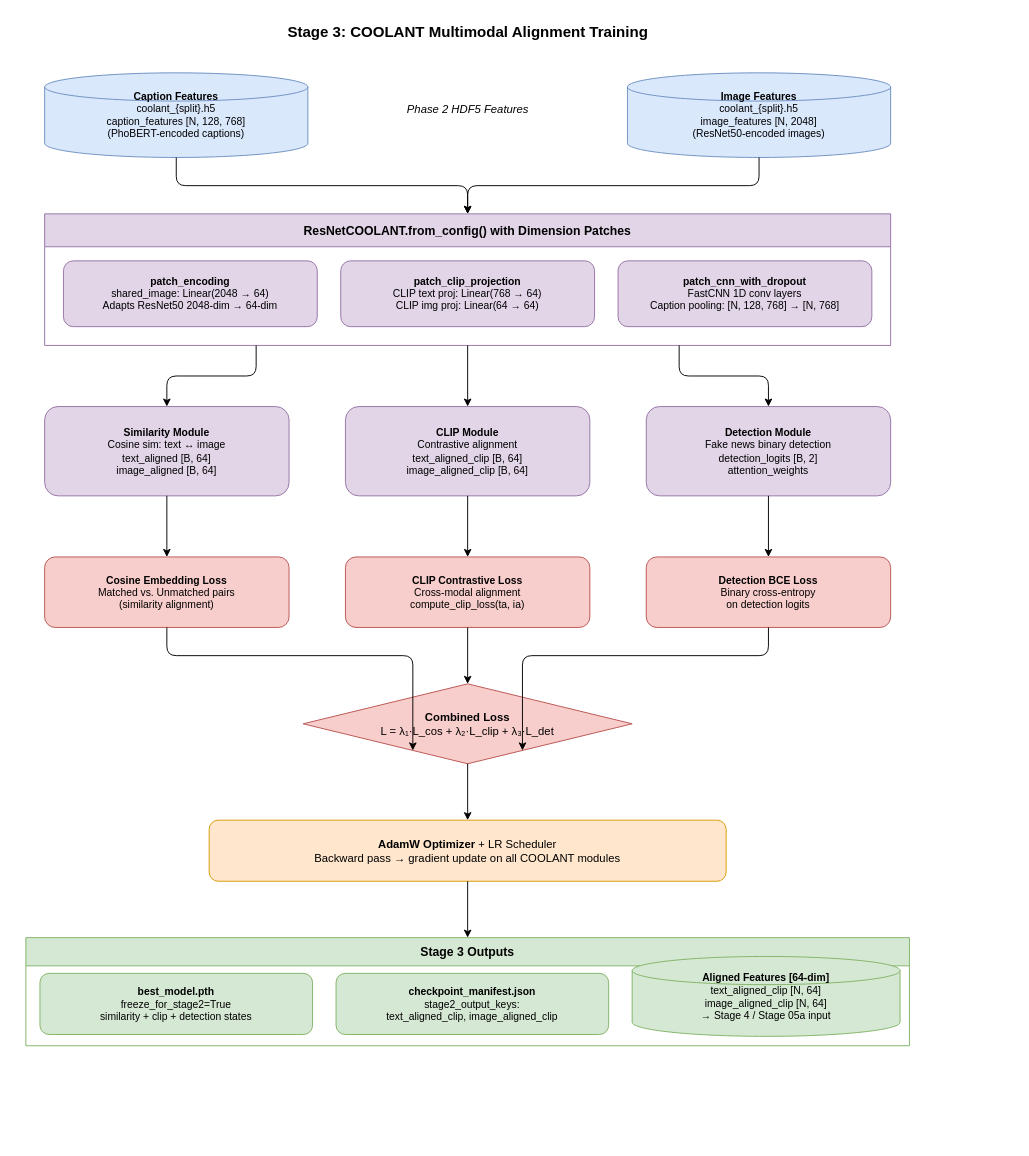
Before: diagrams/stage3_coolant_training.drawio in ltruonghai257/fake-new-detection, a draw.io diagram. Source tidied: cells renumbered, new cells numbered last; positions are measured from the earlier drawing's top-left corner, leaving out a move shared by most shapes. Both pictures are drawn from the tidied source at 94%, with x=0, y=0 at pixel (16, 16).
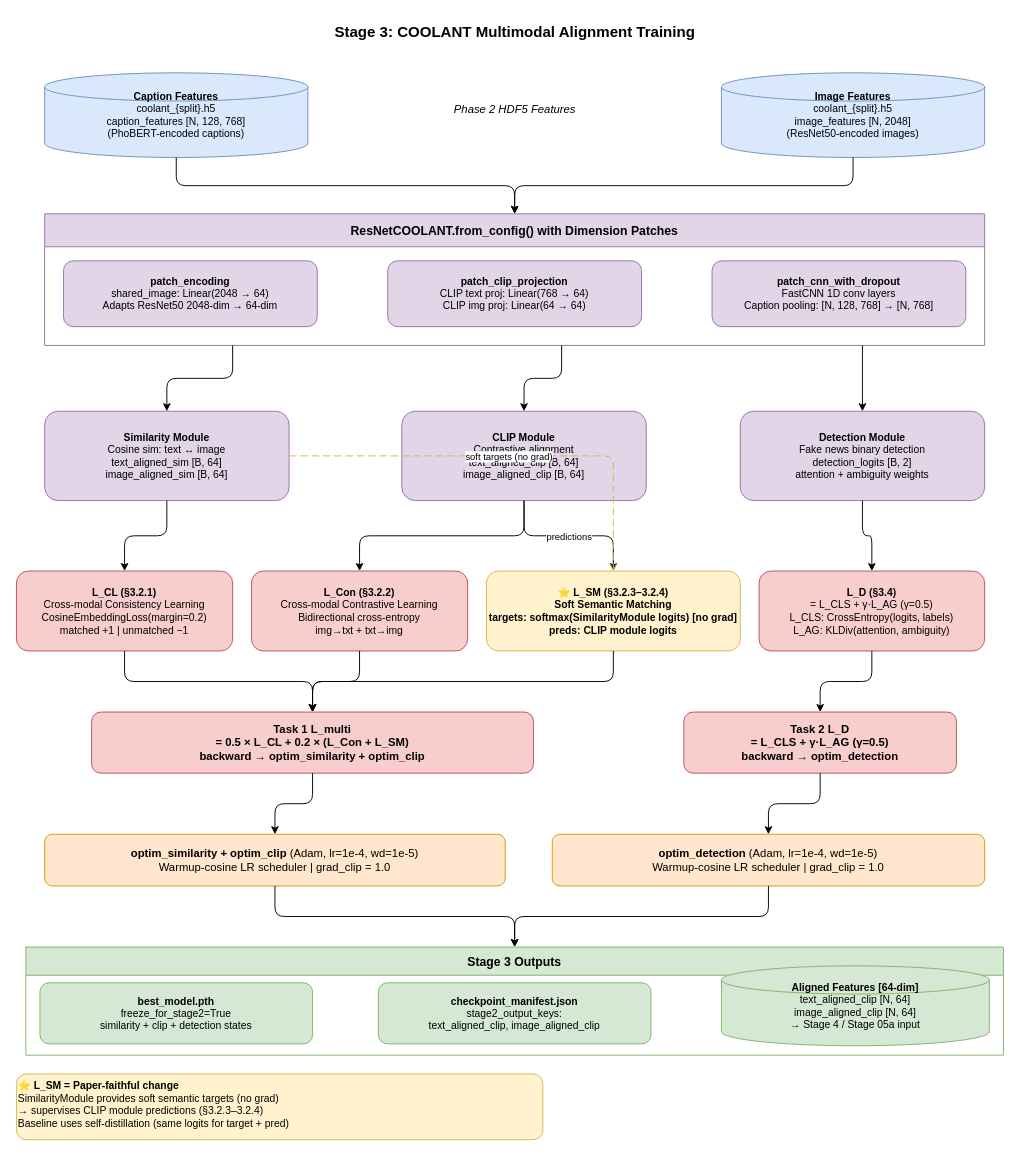
After the change.

Commit message (it also covers changes not shown here):
chore(diagrams): add stage3_coolant_training_paper_faithful.drawio — cross-module soft target supervision

New diagram for paper-faithful COOLANT Stage 1 training (§3.2.3–3.2.4 MM '23):
SimilarityModule provides soft semantic targets (detached) → supervises CLIP module predictions.
Differs from baseline (stage3_coolant_training.drawio) which uses self-distillation (same logits for target + pred).

Updated baseline diagram:
- Widened canvas (960→1060px) to accommodate new L_SM loss box
- Added L_SM (§3.2.3–3.2.4) with

Diff of the diagram source:
```diff
@@
     <mxCell id="2" value="Stage 3: COOLANT Multimodal Alignment Training" style="text;html=1;align=center;fontStyle=1;fontSize=16;fillColor=none;strokeColor=none;" parent="1" vertex="1">
-      <mxGeometry width="960" height="40" as="geometry" />
+      <mxGeometry width="1060" height="40" as="geometry" />
     </mxCell>
@@
     <mxCell id="4" value="&lt;b&gt;Image Features&lt;/b&gt;&#10;coolant_{split}.h5&#10;image_features [N, 2048]&#10;(ResNet50-encoded images)" style="shape=cylinder3;whiteSpace=wrap;html=1;fillColor=#dae8fc;strokeColor=#6c8ebf;fontSize=11;" parent="1" vertex="1">
-      <mxGeometry x="650" y="60" width="280" height="90" as="geometry" />
+      <mxGeometry x="750" y="60" width="280" height="90" as="geometry" />
     </mxCell>
     <mxCell id="5" value="Phase 2 HDF5 Features" style="text;html=1;align=center;fontStyle=2;fontSize=12;fillColor=none;strokeColor=none;" parent="1" vertex="1">
-      <mxGeometry x="340" y="85" width="280" height="30" as="geometry" />
+      <mxGeometry x="340" y="85" width="380" height="30" as="geometry" />
     </mxCell>
     <mxCell id="6" value="ResNetCOOLANT.from_config()  with Dimension Patches" style="swimlane;startSize=35;fillColor=#e1d5e7;strokeColor=#9673a6;fontSize=13;fontStyle=1;" parent="1" vertex="1">
-      <mxGeometry x="30" y="210" width="900" height="140" as="geometry" />
+      <mxGeometry x="30" y="210" width="1000" height="140" as="geometry" />
     </mxCell>
@@
     <mxCell id="8" value="&lt;b&gt;patch_clip_projection&lt;/b&gt;&#10;CLIP text proj: Linear(768 → 64)&#10;CLIP img proj: Linear(64 → 64)" style="rounded=1;whiteSpace=wrap;html=1;fillColor=#e1d5e7;strokeColor=#9673a6;fontSize=11;" parent="6" vertex="1">
-      <mxGeometry x="315" y="50" width="270" height="70" as="geometry" />
+      <mxGeometry x="365" y="50" width="270" height="70" as="geometry" />
     </mxCell>
     <mxCell id="9" value="&lt;b&gt;patch_cnn_with_dropout&lt;/b&gt;&#10;FastCNN 1D conv layers&#10;Caption pooling: [N, 128, 768] → [N, 768]" style="rounded=1;whiteSpace=wrap;html=1;fillColor=#e1d5e7;strokeColor=#9673a6;fontSize=11;" parent="6" vertex="1">
-      <mxGeometry x="610" y="50" width="270" height="70" as="geometry" />
+      <mxGeometry x="710" y="50" width="270" height="70" as="geometry" />
     </mxCell>
-    <mxCell id="10" value="&lt;b&gt;Similarity Module&lt;/b&gt;&#10;Cosine sim: text ↔ image&#10;text_aligned [B, 64]&#10;image_aligned [B, 64]" style="rounded=1;whiteSpace=wrap;html=1;fillColor=#e1d5e7;strokeColor=#9673a6;fontSize=11;" parent="1" vertex="1">
-      <mxGeometry x="30" y="415" width="260" height="95" as="geometry" />
+    <mxCell id="10" value="&lt;b&gt;Similarity Module&lt;/b&gt;&#10;Cosine sim: text ↔ image&#10;text_aligned_sim [B, 64]&#10;image_aligned_sim [B, 64]" style="rounded=1;whiteSpace=wrap;html=1;fillColor=#e1d5e7;strokeColor=#9673a6;fontSize=11;" parent="1" vertex="1">
+      <mxGeometry x="30" y="420" width="260" height="95" as="geometry" />
     </mxCell>
     <mxCell id="11" value="&lt;b&gt;CLIP Module&lt;/b&gt;&#10;Contrastive alignment&#10;text_aligned_clip [B, 64]&#10;image_aligned_clip [B, 64]" style="rounded=1;whiteSpace=wrap;html=1;fillColor=#e1d5e7;strokeColor=#9673a6;fontSize=11;" parent="1" vertex="1">
-      <mxGeometry x="350" y="415" width="260" height="95" as="geometry" />
+      <mxGeometry x="410" y="420" width="260" height="95" as="geometry" />
     </mxCell>
-    <mxCell id="12" value="&lt;b&gt;Detection Module&lt;/b&gt;&#10;Fake news binary detection&#10;detection_logits [B, 2]&#10;attention_weights" style="rounded=1;whiteSpace=wrap;html=1;fillColor=#e1d5e7;strokeColor=#9673a6;fontSize=11;" parent="1" vertex="1">
-      <mxGeometry x="670" y="415" width="260" height="95" as="geometry" />
+    <mxCell id="12" value="&lt;b&gt;Detection Module&lt;/b&gt;&#10;Fake news binary detection&#10;detection_logits [B, 2]&#10;attention + ambiguity weights" style="rounded=1;whiteSpace=wrap;html=1;fillColor=#e1d5e7;strokeColor=#9673a6;fontSize=11;" parent="1" vertex="1">
+      <mxGeometry x="770" y="420" width="260" height="95" as="geometry" />
     </mxCell>
-    <mxCell id="13" value="&lt;b&gt;Cosine Embedding Loss&lt;/b&gt;&#10;Matched vs. Unmatched pairs&#10;(similarity alignment)" style="rounded=1;whiteSpace=wrap;html=1;fillColor=#f8cecc;strokeColor=#b85450;fontSize=11;" parent="1" vertex="1">
-      <mxGeometry x="30" y="575" width="260" height="75" as="geometry" />
+    <mxCell id="13" value="&lt;b&gt;L_CL  (§3.2.1)&lt;/b&gt;&#10;Cross-modal Consistency Learning&#10;CosineEmbeddingLoss(margin=0.2)&#10;matched +1  |  unmatched −1" style="rounded=1;whiteSpace=wrap;html=1;fillColor=#f8cecc;strokeColor=#b85450;fontSize=11;" parent="1" vertex="1">
+      <mxGeometry y="590" width="230" height="85" as="geometry" />
     </mxCell>
-    <mxCell id="14" value="&lt;b&gt;CLIP Contrastive Loss&lt;/b&gt;&#10;Cross-modal alignment&#10;compute_clip_loss(ta, ia)" style="rounded=1;whiteSpace=wrap;html=1;fillColor=#f8cecc;strokeColor=#b85450;fontSize=11;" parent="1" vertex="1">
-      <mxGeometry x="350" y="575" width="260" height="75" as="geometry" />
+    <mxCell id="14" value="&lt;b&gt;L_Con  (§3.2.2)&lt;/b&gt;&#10;Cross-modal Contrastive Learning&#10;Bidirectional cross-entropy&#10;img→txt + txt→img" style="rounded=1;whiteSpace=wrap;html=1;fillColor=#f8cecc;strokeColor=#b85450;fontSize=11;" parent="1" vertex="1">
+      <mxGeometry x="250" y="590" width="230" height="85" as="geometry" />
     </mxCell>
+    <mxCell id="35" value="&lt;b&gt;⭐ L_SM  (§3.2.3–3.2.4)&lt;/b&gt;&#10;Soft Semantic Matching&#10;targets:  softmax(SimilarityModule logits) [no grad]&#10;preds:    CLIP module logits" style="rounded=1;whiteSpace=wrap;html=1;fillColor=#fff2cc;strokeColor=#d6b656;fontStyle=1;fontSize=11;" parent="1" vertex="1">
+      <mxGeometry x="500" y="590" width="270" height="85" as="geometry" />
+    </mxCell>
-    <mxCell id="15" value="&lt;b&gt;Detection BCE Loss&lt;/b&gt;&#10;Binary cross-entropy&#10;on detection logits" style="rounded=1;whiteSpace=wrap;html=1;fillColor=#f8cecc;strokeColor=#b85450;fontSize=11;" parent="1" vertex="1">
-      <mxGeometry x="670" y="575" width="260" height="75" as="geometry" />
+    <mxCell id="15" value="&lt;b&gt;L_D  (§3.4)&lt;/b&gt;&#10;= L_CLS + γ·L_AG  (γ=0.5)&#10;L_CLS: CrossEntropy(logits, labels)&#10;L_AG:  KLDiv(attention, ambiguity)" style="rounded=1;whiteSpace=wrap;html=1;fillColor=#f8cecc;strokeColor=#b85450;fontSize=11;" parent="1" vertex="1">
+      <mxGeometry x="790" y="590" width="240" height="85" as="geometry" />
     </mxCell>
-    <mxCell id="16" value="&lt;b&gt;Combined Loss&lt;/b&gt;&#10;L = λ₁·L_cos + λ₂·L_clip + λ₃·L_det" style="rhombus;whiteSpace=wrap;html=1;fillColor=#f8cecc;strokeColor=#b85450;fontSize=12;" parent="1" vertex="1">
-      <mxGeometry x="305" y="710" width="350" height="85" as="geometry" />
+    <mxCell id="16" value="&lt;b&gt;Task 1  L_multi&lt;/b&gt;&#10;= 0.5 × L_CL  +  0.2 × (L_Con + L_SM)&#10;backward → optim_similarity + optim_clip" style="rounded=1;whiteSpace=wrap;html=1;fillColor=#f8cecc;strokeColor=#b85450;fontSize=12;fontStyle=1;" parent="1" vertex="1">
+      <mxGeometry x="80" y="740" width="470" height="65" as="geometry" />
     </mxCell>
+    <mxCell id="36" value="&lt;b&gt;Task 2  L_D&lt;/b&gt;&#10;= L_CLS + γ·L_AG  (γ=0.5)&#10;backward → optim_detection" style="rounded=1;whiteSpace=wrap;html=1;fillColor=#f8cecc;strokeColor=#b85450;fontSize=12;fontStyle=1;" parent="1" vertex="1">
+      <mxGeometry x="710" y="740" width="290" height="65" as="geometry" />
+    </mxCell>
-    <mxCell id="17" value="&lt;b&gt;AdamW Optimizer&lt;/b&gt;  +  LR Scheduler&#10;Backward pass → gradient update on all COOLANT modules" style="rounded=1;whiteSpace=wrap;html=1;fillColor=#ffe6cc;strokeColor=#d79b00;fontSize=12;" parent="1" vertex="1">
-      <mxGeometry x="205" y="855" width="550" height="65" as="geometry" />
+    <mxCell id="17" value="&lt;b&gt;optim_similarity + optim_clip&lt;/b&gt;  (Adam, lr=1e-4, wd=1e-5)&#10;Warmup-cosine LR scheduler  |  grad_clip = 1.0" style="rounded=1;whiteSpace=wrap;html=1;fillColor=#ffe6cc;strokeColor=#d79b00;fontSize=12;" parent="1" vertex="1">
+      <mxGeometry x="30" y="870" width="490" height="55" as="geometry" />
     </mxCell>
+    <mxCell id="37" value="&lt;b&gt;optim_detection&lt;/b&gt;  (Adam, lr=1e-4, wd=1e-5)&#10;Warmup-cosine LR scheduler  |  grad_clip = 1.0" style="rounded=1;whiteSpace=wrap;html=1;fillColor=#ffe6cc;strokeColor=#d79b00;fontSize=12;" parent="1" vertex="1">
+      <mxGeometry x="570" y="870" width="460" height="55" as="geometry" />
+    </mxCell>
     <mxCell id="18" value="Stage 3 Outputs" style="swimlane;startSize=30;fillColor=#d5e8d4;strokeColor=#82b366;fontSize=13;fontStyle=1;" parent="1" vertex="1">
-      <mxGeometry x="10" y="980" width="940" height="115" as="geometry" />
+      <mxGeometry x="10" y="990" width="1040" height="115" as="geometry" />
     </mxCell>
@@
     <mxCell id="20" value="&lt;b&gt;checkpoint_manifest.json&lt;/b&gt;&#10;stage2_output_keys:&#10;text_aligned_clip, image_aligned_clip" style="rounded=1;whiteSpace=wrap;html=1;fillColor=#d5e8d4;strokeColor=#82b366;fontSize=11;" parent="18" vertex="1">
-      <mxGeometry x="330" y="38" width="290" height="65" as="geometry" />
+      <mxGeometry x="375" y="38" width="290" height="65" as="geometry" />
     </mxCell>
     <mxCell id="21" value="&lt;b&gt;Aligned Features [64-dim]&lt;/b&gt;&#10;text_aligned_clip [N, 64]&#10;image_aligned_clip [N, 64]&#10;→ Stage 4 / Stage 05a input" style="shape=cylinder3;whiteSpace=wrap;html=1;fillColor=#d5e8d4;strokeColor=#82b366;fontSize=11;" parent="18" vertex="1">
-      <mxGeometry x="645" y="20" width="285" height="85" as="geometry" />
+      <mxGeometry x="740" y="20" width="285" height="85" as="geometry" />
     </mxCell>
+    <mxCell id="38" value="&lt;b&gt;⭐ L_SM = Paper-faithful change&lt;/b&gt;&#10;SimilarityModule provides soft semantic targets (no grad)&#10;→ supervises CLIP module predictions  (§3.2.3–3.2.4)&#10;Baseline uses self-distillation (same logits for target + pred)" style="text;html=1;align=left;fontSize=11;fillColor=#fff2cc;strokeColor=#d6b656;rounded=1;" parent="1" vertex="1">
+      <mxGeometry y="1125" width="560" height="70" as="geometry" />
+    </mxCell>
@@
-    <mxCell id="24" style="edgeStyle=orthogonalEdgeStyle;rounded=1;jettySize=auto;html=1;exitX=0.25;exitY=1;exitDx=0;exitDy=0;" parent="1" edge="1" source="6" target="10">
+    <mxCell id="24" style="edgeStyle=orthogonalEdgeStyle;rounded=1;jettySize=auto;html=1;exitX=0.2;exitY=1;exitDx=0;exitDy=0;" parent="1" edge="1" source="6" target="10">
       <mxGeometry relative="1" as="geometry" />
     </mxCell>
-    <mxCell id="25" style="edgeStyle=orthogonalEdgeStyle;rounded=1;jettySize=auto;html=1;exitX=0.5;exitY=1;exitDx=0;exitDy=0;" parent="1" edge="1" source="6" target="11">
+    <mxCell id="25" style="edgeStyle=orthogonalEdgeStyle;rounded=1;jettySize=auto;html=1;exitX=0.55;exitY=1;exitDx=0;exitDy=0;" parent="1" edge="1" source="6" target="11">
       <mxGeometry relative="1" as="geometry" />
     </mxCell>
-    <mxCell id="26" style="edgeStyle=orthogonalEdgeStyle;rounded=1;jettySize=auto;html=1;exitX=0.75;exitY=1;exitDx=0;exitDy=0;" parent="1" edge="1" source="6" target="12">
+    <mxCell id="26" style="edgeStyle=orthogonalEdgeStyle;rounded=1;jettySize=auto;html=1;exitX=0.87;exitY=1;exitDx=0;exitDy=0;" parent="1" edge="1" source="6" target="12">
       <mxGeometry relative="1" as="geometry" />
     </mxCell>
@@
+    <mxCell id="39" value="predictions" style="edgeStyle=orthogonalEdgeStyle;rounded=1;jettySize=auto;html=1;fontSize=10;exitX=0.5;exitY=1;exitDx=0;exitDy=0;" parent="1" edge="1" source="11" target="35">
+      <mxGeometry relative="1" as="geometry" />
+    </mxCell>
+    <mxCell id="40" value="soft targets (no grad)" style="edgeStyle=orthogonalEdgeStyle;rounded=1;jettySize=auto;html=1;dashed=1;dashPattern=8 4;fontSize=10;endArrow=open;endFill=0;strokeColor=#d6b656;" parent="1" edge="1" source="10" target="35">
+      <mxGeometry relative="1" as="geometry" />
+    </mxCell>
@@
-    <mxCell id="30" style="edgeStyle=orthogonalEdgeStyle;rounded=1;jettySize=auto;html=1;exitX=0.5;exitY=1;exitDx=0;exitDy=0;entryX=0.25;entryY=1;entryDx=0;entryDy=0;" parent="1" edge="1" source="13" target="16">
+    <mxCell id="30" style="edgeStyle=orthogonalEdgeStyle;rounded=1;jettySize=auto;html=1;" parent="1" edge="1" source="13" target="16">
       <mxGeometry relative="1" as="geometry" />
     </mxCell>
@@
+    <mxCell id="41" style="edgeStyle=orthogonalEdgeStyle;rounded=1;jettySize=auto;html=1;" parent="1" edge="1" source="35" target="16">
+      <mxGeometry relative="1" as="geometry" />
+    </mxCell>
-    <mxCell id="32" style="edgeStyle=orthogonalEdgeStyle;rounded=1;jettySize=auto;html=1;exitX=0.5;exitY=1;exitDx=0;exitDy=0;entryX=0.75;entryY=1;entryDx=0;entryDy=0;" parent="1" edge="1" source="15" target="16">
+    <mxCell id="32" style="edgeStyle=orthogonalEdgeStyle;rounded=1;jettySize=auto;html=1;" parent="1" edge="1" source="15" target="36">
       <mxGeometry relative="1" as="geometry" />
     </mxCell>
@@
+    <mxCell id="42" style="edgeStyle=orthogonalEdgeStyle;rounded=1;jettySize=auto;html=1;" parent="1" edge="1" source="36" target="37">
+      <mxGeometry relative="1" as="geometry" />
+    </mxCell>
@@
+    <mxCell id="43" style="edgeStyle=orthogonalEdgeStyle;rounded=1;jettySize=auto;html=1;" parent="1" edge="1" source="37" target="18">
+      <mxGeometry relative="1" as="geometry" />
+    </mxCell>
```
